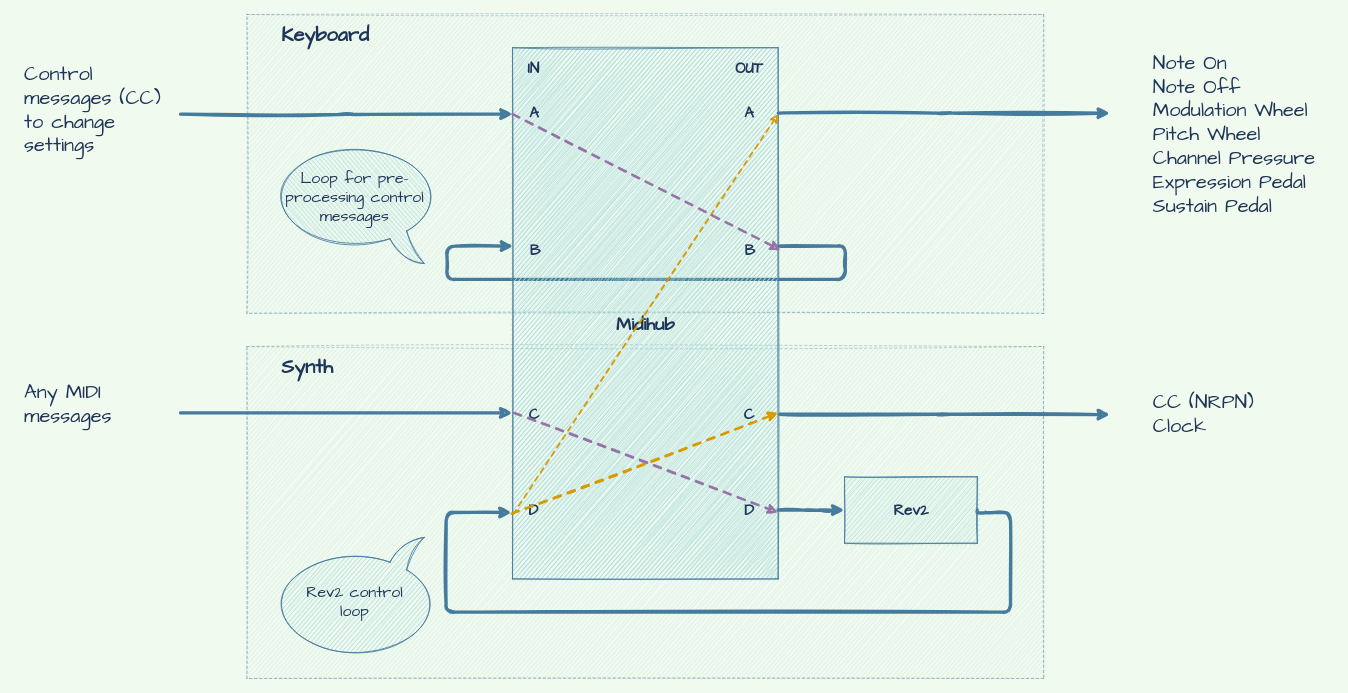
This is diagram.drawio from psrpinto/rev2-master-keyboard, a draw.io file, before an edit. Source tidied: cells renumbered, new cells numbered last; positions are measured from the earlier drawing's top-left corner, leaving out a move shared by most shapes. Both pictures are drawn from the tidied source at 83%, with x=0, y=0 at pixel (14, 14).
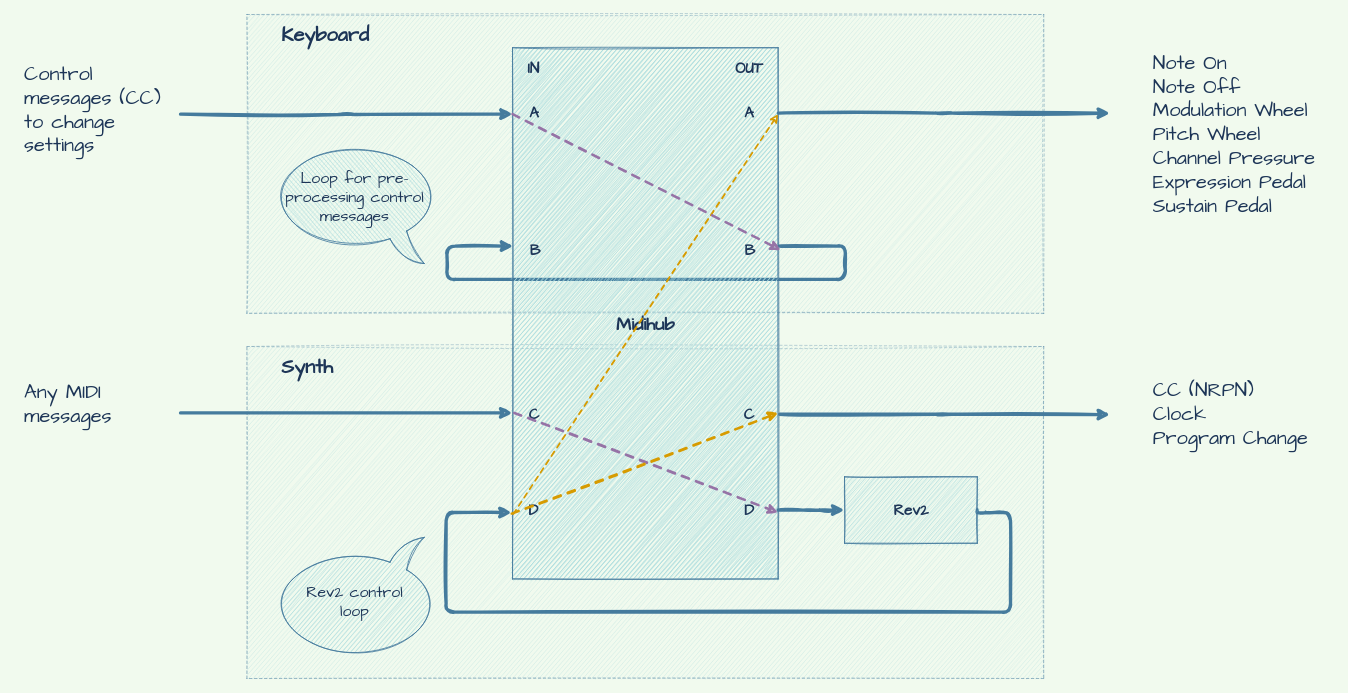
After the change.

Commit message (it also covers changes not shown here):
Add program change to diagram

The change refers to these unchanged cells:
```xml
<mxCell id="2" style="group;fontColor=#1D3557;" parent="1" vertex="1">
  <mxGeometry width="1590" height="800" as="geometry" />
</mxCell>
```

What changed in the source:
```diff
@@
-    <mxCell id="31" value="CC (NRPN)&lt;br&gt;Clock" style="text;html=1;align=left;verticalAlign=middle;fillColor=none;rounded=0;dashed=1;dashPattern=1 4;fontFamily=Comic Sans MS;fontSize=24;fontColor=#1D3557;spacingLeft=10;perimeterSpacing=0;sketch=1;" parent="2" vertex="1">
-      <mxGeometry x="1360" y="452" width="150" height="60" as="geometry" />
+    <mxCell id="31" value="CC (NRPN)&lt;br&gt;Clock&lt;br&gt;Program Change" style="text;html=1;align=left;verticalAlign=middle;fillColor=none;rounded=0;dashed=1;dashPattern=1 4;fontFamily=Comic Sans MS;fontSize=24;fontColor=#1D3557;spacingLeft=10;perimeterSpacing=0;sketch=1;" parent="2" vertex="1">
+      <mxGeometry x="1360" y="437" width="200" height="90" as="geometry" />
     </mxCell>
```
